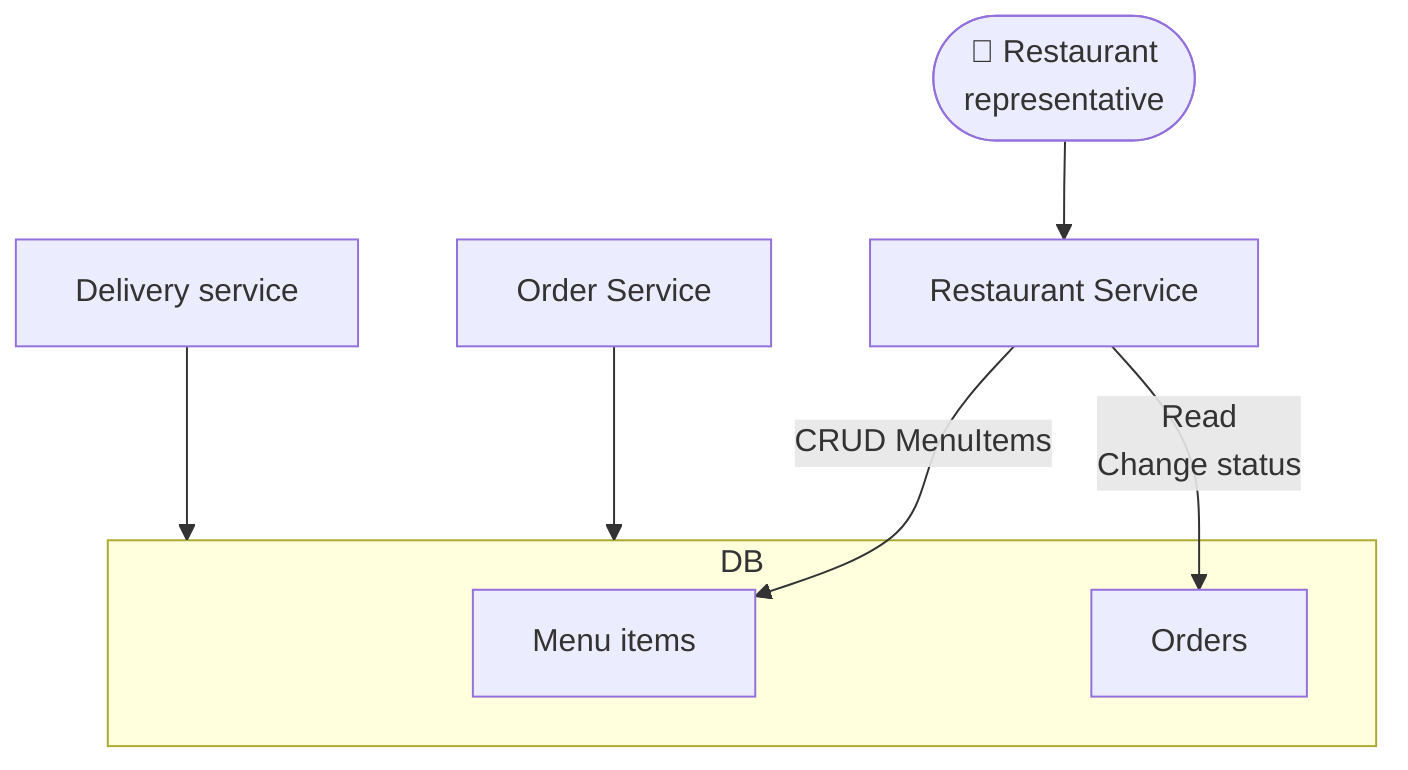
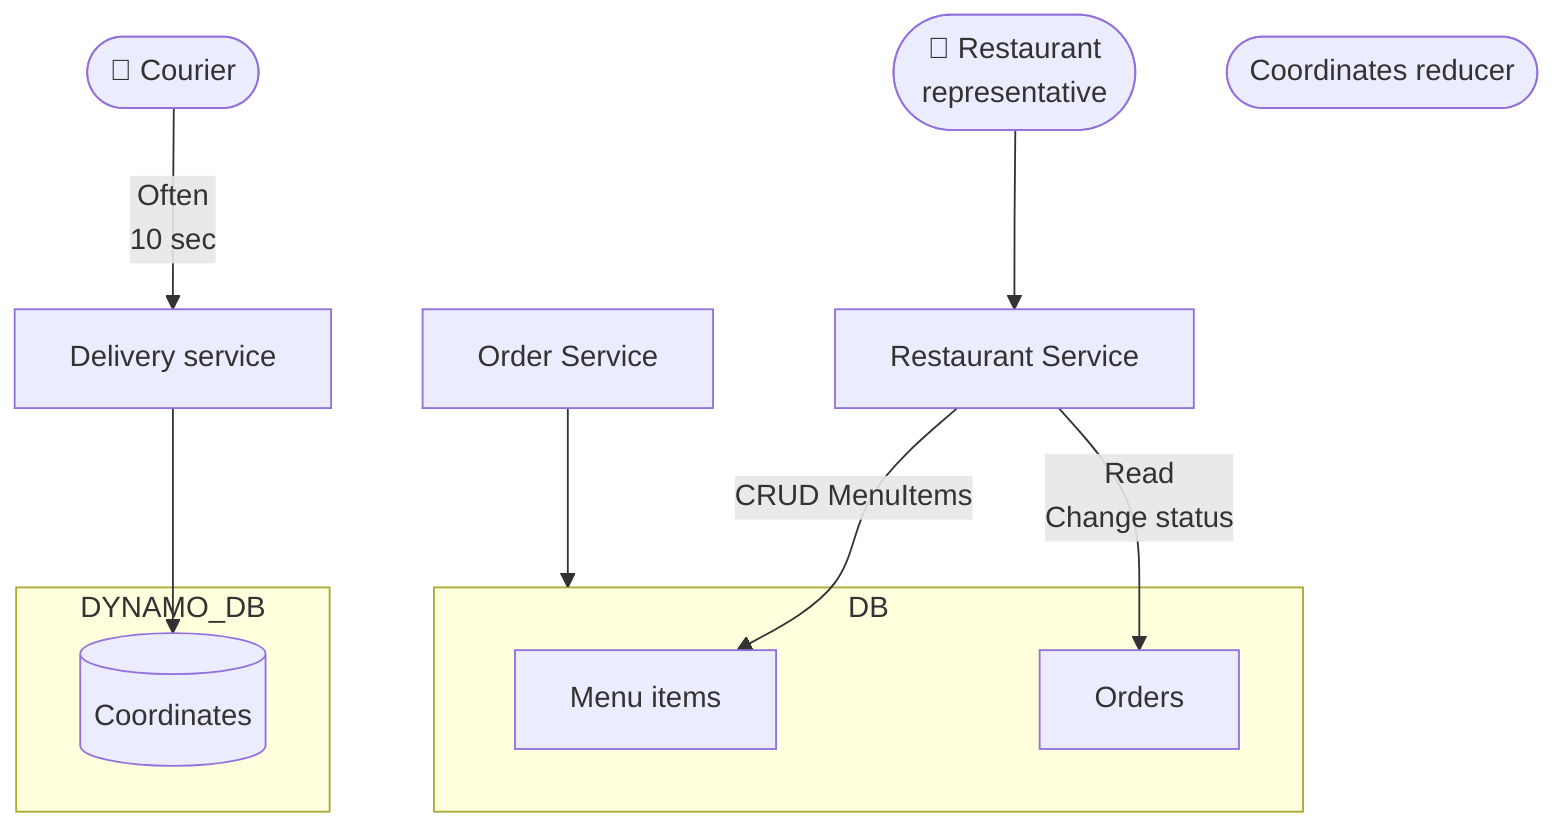
flowchart

- DELIVERY[Delivery service] --> DB[(Database)]
+ DELIVERY[Delivery service] --> COORDINATES
ORDER[Order Service] --> DB
RESTAURANT[Restaurant Service] --> |CRUD MenuItems| DB_MENU_ITEMS
RESTAURANT[Restaurant Service] --> |Read\nChange status| DB_ORDERS
- A([👤 Restaurant\nrepresentative]) --> RESTAURANT[Restaurant Service]
+ RESTAURANT_USER([👤 Restaurant\nrepresentative]) --> RESTAURANT[Restaurant Service]
subgraph DB
    DB_MENU_ITEMS[Menu items]
    DB_ORDERS[Orders]
- end+ end
+ COURIER([👤 Courier]) --> |Often\n10 sec|DELIVERY[Delivery service]
+ subgraph DYNAMO_DB
+     COORDINATES[(Coordinates)]
+ end
+ COORDINATES_REDUCER([Coordinates reducer])
